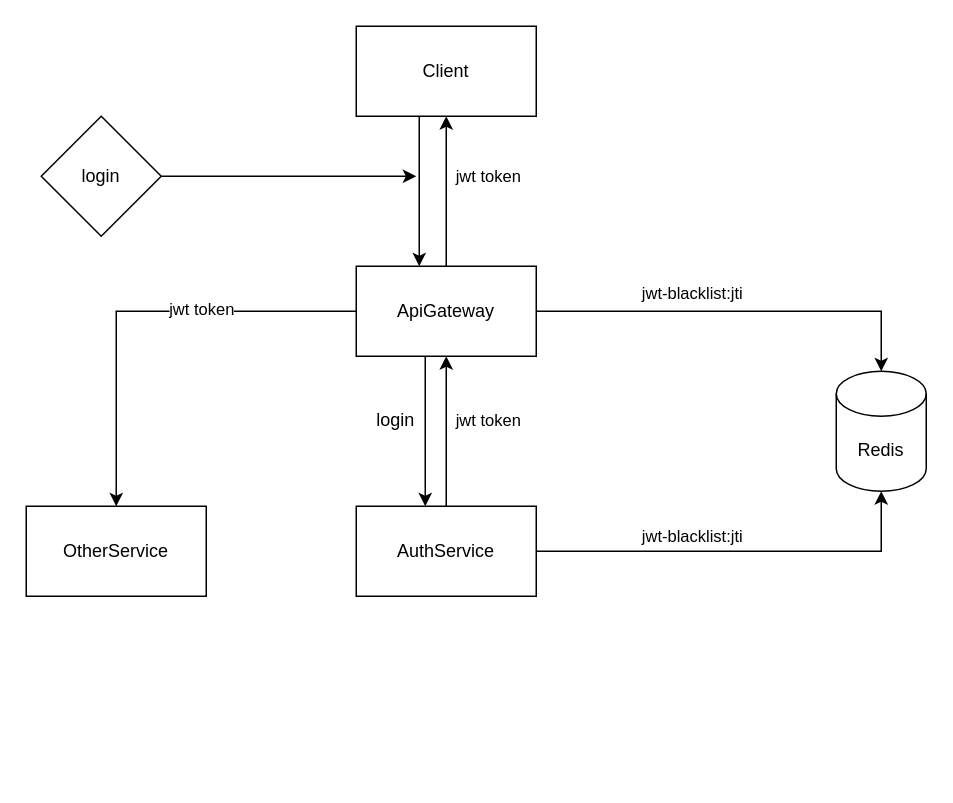
luyenhaidangit/flex-microservice keeps this draw.io diagram as resources/Flex.drawio. Above is the earlier version. Source tidied: cells renumbered, new cells numbered last; positions are measured from the earlier drawing's top-left corner, leaving out a move shared by most shapes. Both pictures are drawn from the tidied source at 150%, with x=0, y=0 at pixel (26, 26).
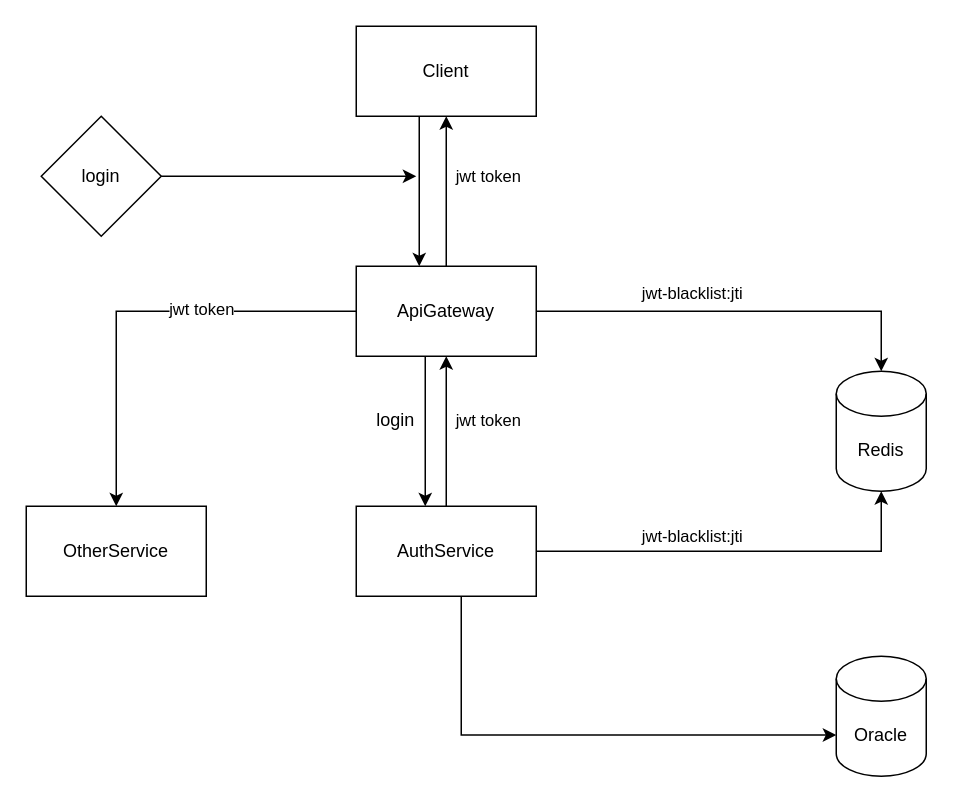
Above is the later version.

Commit message (it also covers changes not shown here):
Cập nhật Flex.drawio

The change refers to these unchanged cells:
```xml
<mxCell id="14" value="AuthService" style="rounded=0;whiteSpace=wrap;html=1;" parent="1" vertex="1">
  <mxGeometry x="220" y="320" width="120" height="60" as="geometry" />
</mxCell>
```

What changed in the source:
```diff
@@
+    <mxCell id="22" value="Oracle" style="shape=cylinder3;whiteSpace=wrap;html=1;boundedLbl=1;backgroundOutline=1;size=15;" parent="1" vertex="1">
+      <mxGeometry x="540" y="420" width="60" height="80" as="geometry" />
+    </mxCell>
+    <mxCell id="23" style="edgeStyle=orthogonalEdgeStyle;rounded=0;jettySize=auto;html=1;entryX=0;entryY=0;entryDx=0;entryDy=52.5;entryPerimeter=0;" parent="1" edge="1" source="14" target="22">
+      <mxGeometry relative="1" as="geometry">
+        <Array as="points">
+          <mxPoint x="290" y="473" />
+        </Array>
+      </mxGeometry>
+    </mxCell>
```
